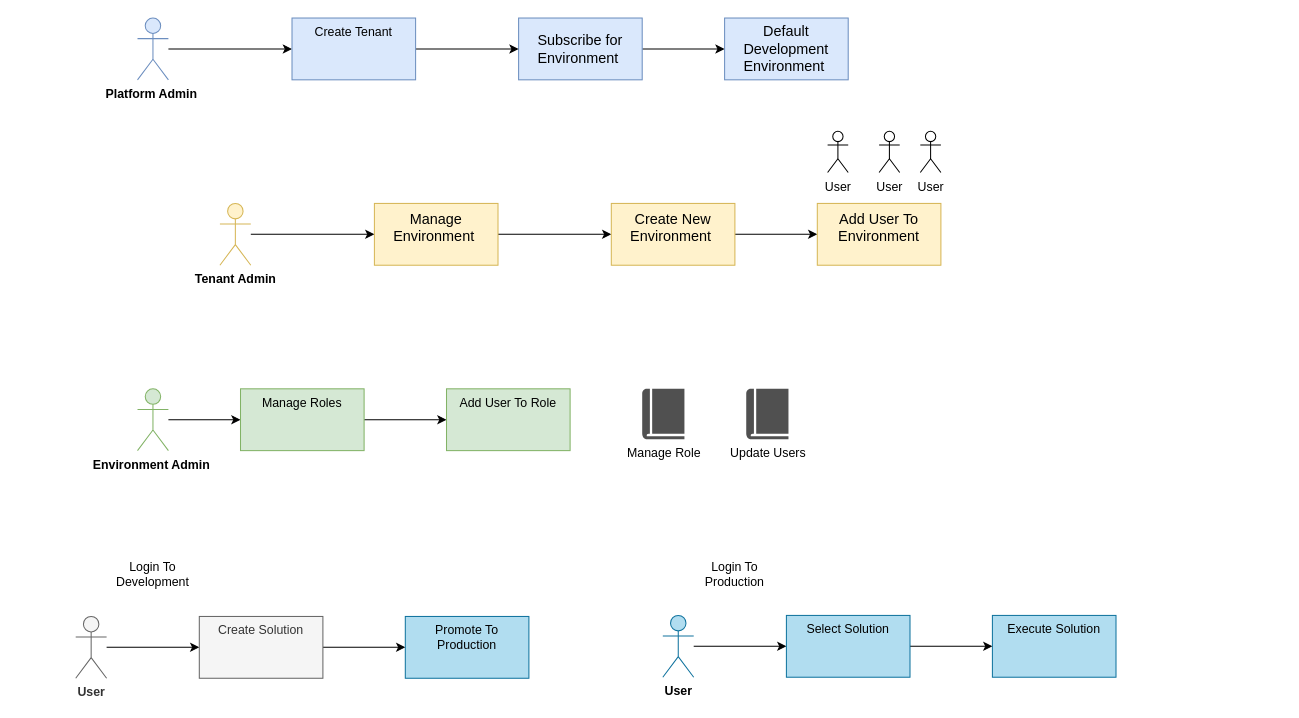
bharathbv44/java keeps this draw.io diagram as Untitled Diagram.drawio. Above is the earlier version. Source tidied: cells renumbered, new cells numbered last; positions are measured from the earlier drawing's top-left corner, leaving out a move shared by most shapes. Both pictures are drawn from the tidied source at 103%, with x=0, y=0 at pixel (75, 18).
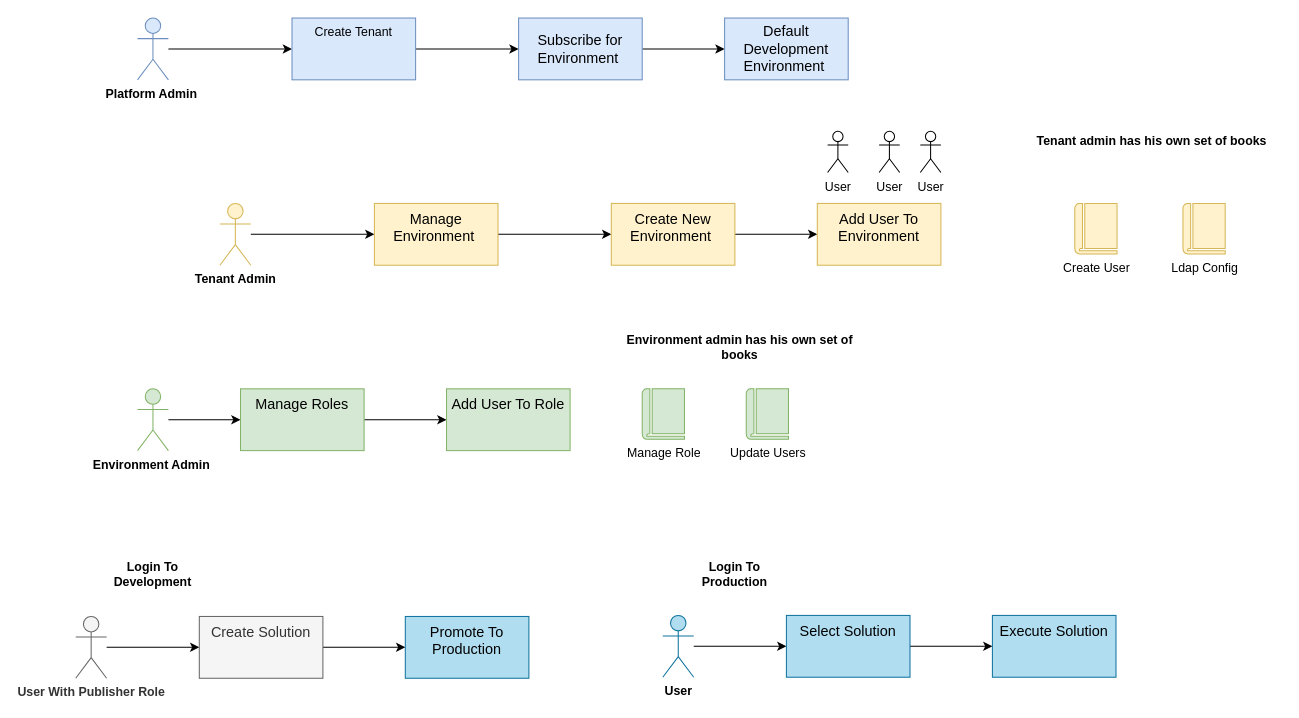
The same diagram, later.

Change to the diagram source:
```diff
@@
-    <mxCell id="21" value="Manage Roles" style="whiteSpace=wrap;html=1;verticalAlign=top;strokeColor=#82b366;fillColor=#d5e8d4;" parent="1" vertex="1">
+    <mxCell id="21" value="&lt;font style=&quot;font-size: 14px&quot;&gt;Manage Roles&lt;/font&gt;" style="whiteSpace=wrap;html=1;verticalAlign=top;strokeColor=#82b366;fillColor=#d5e8d4;" parent="1" vertex="1">
       <mxGeometry x="160" y="360" width="120" height="60" as="geometry" />
     </mxCell>
-    <mxCell id="22" value="Add User To Role" style="whiteSpace=wrap;html=1;verticalAlign=top;strokeColor=#82b366;fillColor=#d5e8d4;" parent="1" vertex="1">
+    <mxCell id="22" value="&lt;font style=&quot;font-size: 14px&quot;&gt;Add User To Role&lt;/font&gt;" style="whiteSpace=wrap;html=1;verticalAlign=top;strokeColor=#82b366;fillColor=#d5e8d4;" parent="1" vertex="1">
       <mxGeometry x="360" y="360" width="120" height="60" as="geometry" />
     </mxCell>
@@
-    <mxCell id="24" value="&lt;b&gt;User&lt;/b&gt;" style="shape=umlActor;verticalLabelPosition=bottom;verticalAlign=top;html=1;outlineConnect=0;fillColor=#f5f5f5;strokeColor=#666666;fontColor=#333333;" parent="1" vertex="1">
+    <mxCell id="24" value="&lt;b&gt;User With Publisher Role&lt;/b&gt;" style="shape=umlActor;verticalLabelPosition=bottom;verticalAlign=top;html=1;outlineConnect=0;fillColor=#f5f5f5;strokeColor=#666666;fontColor=#333333;" parent="1" vertex="1">
       <mxGeometry y="581" width="30" height="60" as="geometry" />
     </mxCell>
@@
-    <mxCell id="26" value="Create Solution" style="whiteSpace=wrap;html=1;fontColor=#333333;verticalAlign=top;strokeColor=#666666;fillColor=#f5f5f5;" parent="1" vertex="1">
+    <mxCell id="26" value="&lt;font style=&quot;font-size: 14px&quot;&gt;Create Solution&lt;/font&gt;" style="whiteSpace=wrap;html=1;fontColor=#333333;verticalAlign=top;strokeColor=#666666;fillColor=#f5f5f5;" parent="1" vertex="1">
       <mxGeometry x="120" y="581" width="120" height="60" as="geometry" />
     </mxCell>
-    <mxCell id="27" value="Login To Development" style="text;html=1;strokeColor=none;fillColor=none;align=center;verticalAlign=middle;whiteSpace=wrap;rounded=0;" parent="1" vertex="1">
+    <mxCell id="27" value="&lt;b&gt;Login To Development&lt;/b&gt;" style="text;html=1;strokeColor=none;fillColor=none;align=center;verticalAlign=middle;whiteSpace=wrap;rounded=0;" parent="1" vertex="1">
       <mxGeometry x="55" y="530" width="40" height="20" as="geometry" />
     </mxCell>
-    <mxCell id="28" value="Promote To Production" style="whiteSpace=wrap;html=1;verticalAlign=top;fillColor=#b1ddf0;strokeColor=#10739e;" parent="1" vertex="1">
+    <mxCell id="28" value="&lt;font style=&quot;font-size: 14px&quot;&gt;Promote To Production&lt;/font&gt;" style="whiteSpace=wrap;html=1;verticalAlign=top;fillColor=#b1ddf0;strokeColor=#10739e;" parent="1" vertex="1">
       <mxGeometry x="320" y="581" width="120" height="60" as="geometry" />
     </mxCell>
@@
-    <mxCell id="32" value="Select Solution" style="whiteSpace=wrap;html=1;verticalAlign=top;strokeColor=#10739e;fillColor=#b1ddf0;" parent="1" vertex="1">
+    <mxCell id="32" value="&lt;font style=&quot;font-size: 14px&quot;&gt;Select Solution&lt;/font&gt;" style="whiteSpace=wrap;html=1;verticalAlign=top;strokeColor=#10739e;fillColor=#b1ddf0;" parent="1" vertex="1">
       <mxGeometry x="690" y="580" width="120" height="60" as="geometry" />
     </mxCell>
-    <mxCell id="33" value="Execute Solution" style="whiteSpace=wrap;html=1;verticalAlign=top;strokeColor=#10739e;fillColor=#b1ddf0;" parent="1" vertex="1">
+    <mxCell id="33" value="&lt;font style=&quot;font-size: 14px&quot;&gt;Execute Solution&lt;/font&gt;" style="whiteSpace=wrap;html=1;verticalAlign=top;strokeColor=#10739e;fillColor=#b1ddf0;" parent="1" vertex="1">
       <mxGeometry x="890" y="580" width="120" height="60" as="geometry" />
     </mxCell>
-    <mxCell id="34" value="Login To Production" style="text;html=1;strokeColor=none;fillColor=none;align=center;verticalAlign=middle;whiteSpace=wrap;rounded=0;" parent="1" vertex="1">
+    <mxCell id="34" value="&lt;b&gt;Login To Production&lt;/b&gt;" style="text;html=1;strokeColor=none;fillColor=none;align=center;verticalAlign=middle;whiteSpace=wrap;rounded=0;" parent="1" vertex="1">
       <mxGeometry x="620" y="530" width="40" height="20" as="geometry" />
     </mxCell>
@@
-    <mxCell id="36" value="Manage Role" style="shadow=0;dashed=0;html=1;strokeColor=none;fillColor=#505050;labelPosition=center;verticalLabelPosition=bottom;verticalAlign=top;align=center;shape=mxgraph.office.concepts.book_journal;" parent="1" vertex="1">
+    <mxCell id="36" value="Manage Role" style="shadow=0;dashed=0;html=1;strokeColor=#82b366;fillColor=#d5e8d4;labelPosition=center;verticalLabelPosition=bottom;verticalAlign=top;align=center;shape=mxgraph.office.concepts.book_journal;" parent="1" vertex="1">
       <mxGeometry x="550" y="360" width="41" height="49" as="geometry" />
     </mxCell>
-    <mxCell id="37" value="Update Users" style="shadow=0;dashed=0;html=1;strokeColor=none;fillColor=#505050;labelPosition=center;verticalLabelPosition=bottom;verticalAlign=top;align=center;shape=mxgraph.office.concepts.book_journal;" parent="1" vertex="1">
+    <mxCell id="37" value="Update Users" style="shadow=0;dashed=0;html=1;strokeColor=#82b366;fillColor=#d5e8d4;labelPosition=center;verticalLabelPosition=bottom;verticalAlign=top;align=center;shape=mxgraph.office.concepts.book_journal;" parent="1" vertex="1">
       <mxGeometry x="651" y="360" width="41" height="49" as="geometry" />
     </mxCell>
+    <mxCell id="38" value="Create User" style="shadow=0;dashed=0;html=1;strokeColor=#d6b656;fillColor=#fff2cc;labelPosition=center;verticalLabelPosition=bottom;verticalAlign=top;align=center;shape=mxgraph.office.concepts.book_journal;" parent="1" vertex="1">
+      <mxGeometry x="970" y="180" width="41" height="49" as="geometry" />
+    </mxCell>
+    <mxCell id="39" value="Ldap Config" style="shadow=0;dashed=0;html=1;strokeColor=#d6b656;fillColor=#fff2cc;labelPosition=center;verticalLabelPosition=bottom;verticalAlign=top;align=center;shape=mxgraph.office.concepts.book_journal;" parent="1" vertex="1">
+      <mxGeometry x="1075" y="180" width="41" height="49" as="geometry" />
+    </mxCell>
+    <mxCell id="40" value="&lt;b&gt;Tenant admin has his own set of books&lt;/b&gt;" style="text;html=1;strokeColor=none;fillColor=none;align=center;verticalAlign=middle;whiteSpace=wrap;rounded=0;" parent="1" vertex="1">
+      <mxGeometry x="920" y="110" width="250" height="20" as="geometry" />
+    </mxCell>
+    <mxCell id="41" value="&lt;b&gt;Environment admin has his own set of books&lt;/b&gt;" style="text;html=1;strokeColor=none;fillColor=none;align=center;verticalAlign=middle;whiteSpace=wrap;rounded=0;" parent="1" vertex="1">
+      <mxGeometry x="520" y="310" width="250" height="20" as="geometry" />
+    </mxCell>
```
